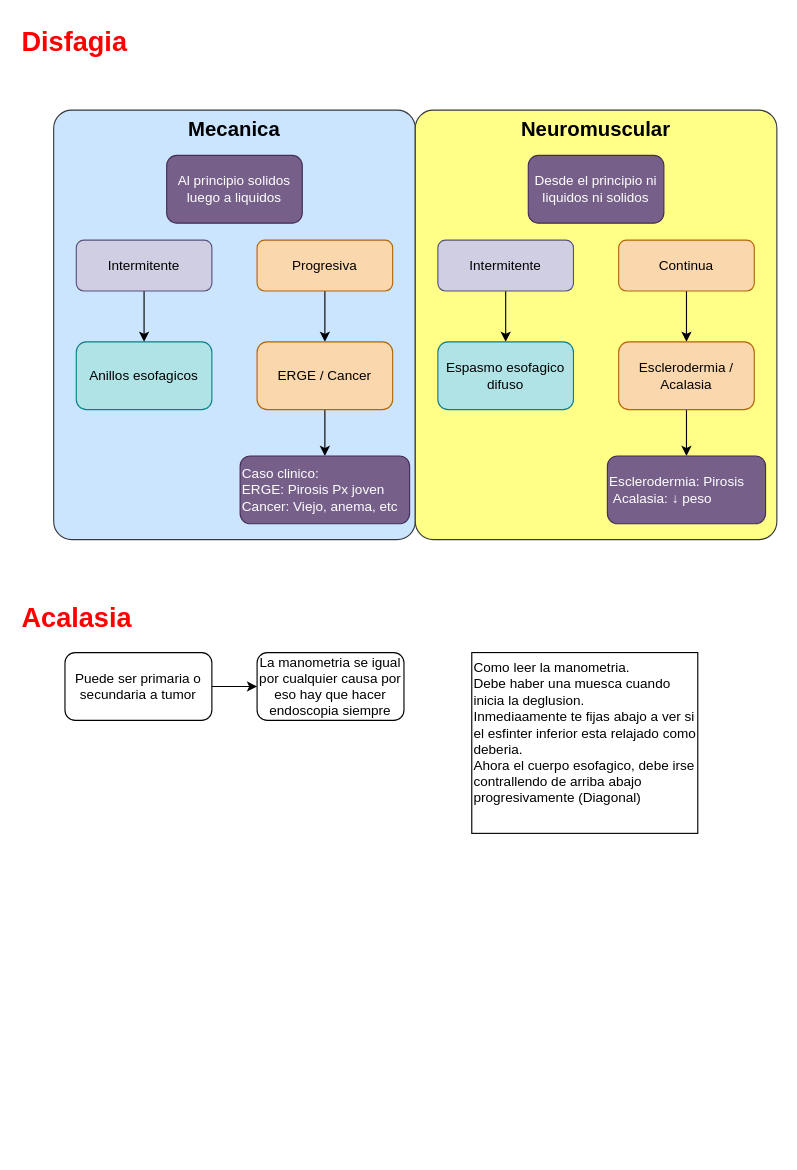
This is Gastro.drawio from Santicabal/Apuntes, a draw.io file, before an edit. Source tidied: cells renumbered, new cells numbered last; positions are measured from the earlier drawing's top-left corner, leaving out a move shared by most shapes. Both pictures are drawn from the tidied source at 113%, with x=0, y=0 at pixel (19, 19).
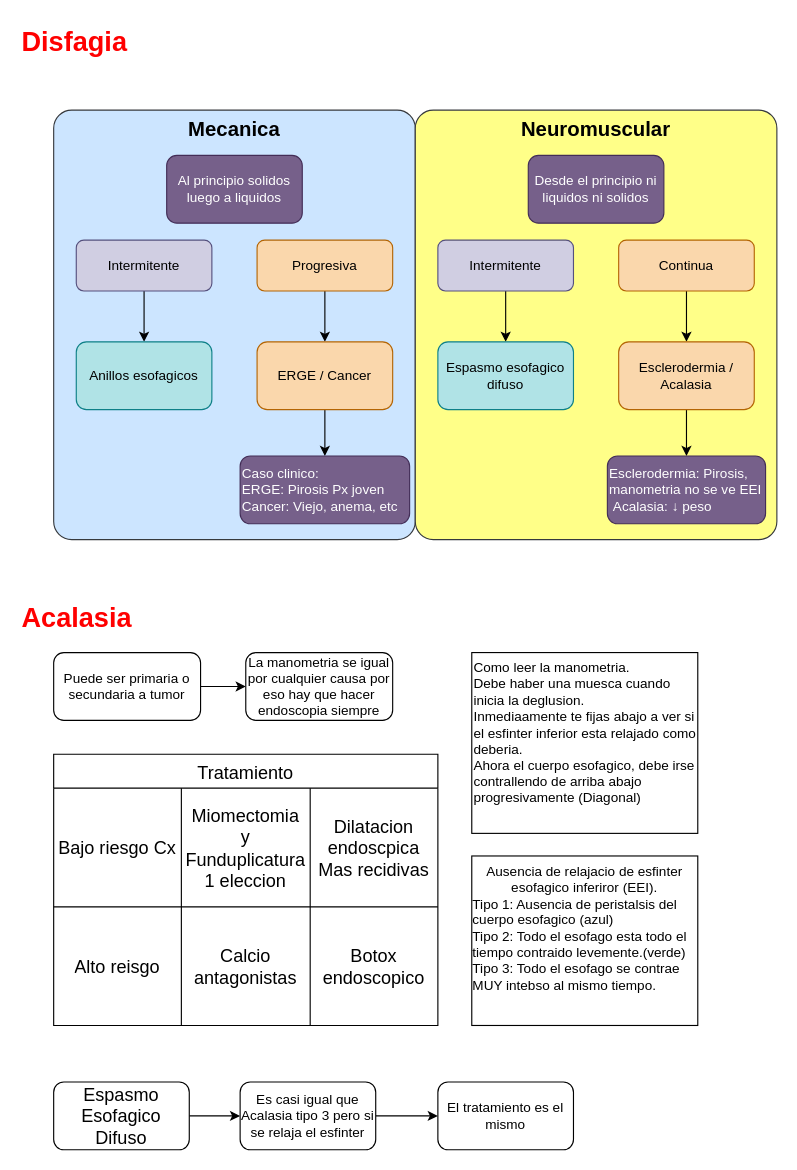
The same page after the edit.

What changed in the source:
```diff
@@
-    <mxCell id="20" value="Esclerodermia: Pirosis&lt;br&gt;&amp;nbsp;Acalasia: ↓ peso" style="rounded=1;whiteSpace=wrap;html=1;align=left;fillColor=#76608a;fontColor=#ffffff;strokeColor=#432D57;" parent="1" vertex="1">
+    <mxCell id="20" value="Esclerodermia: Pirosis, manometria no se ve EEI&lt;br&gt;&amp;nbsp;Acalasia: ↓ peso" style="rounded=1;whiteSpace=wrap;html=1;align=left;fillColor=#76608a;fontColor=#ffffff;strokeColor=#432D57;" parent="1" vertex="1">
       <mxGeometry x="520" y="386" width="140" height="60" as="geometry" />
     </mxCell>
@@
     <mxCell id="25" value="Puede ser primaria o secundaria a tumor" style="rounded=1;whiteSpace=wrap;html=1;" parent="1" vertex="1">
-      <mxGeometry x="40" y="560" width="130" height="60" as="geometry" />
+      <mxGeometry x="30" y="560" width="130" height="60" as="geometry" />
     </mxCell>
     <mxCell id="26" value="La manometria se igual por cualquier causa por eso hay que hacer endoscopia siempre" style="rounded=1;whiteSpace=wrap;html=1;" parent="1" vertex="1">
-      <mxGeometry x="210" y="560" width="130" height="60" as="geometry" />
+      <mxGeometry x="200" y="560" width="130" height="60" as="geometry" />
     </mxCell>
@@
+    <mxCell id="28" value="Ausencia de relajacio de esfinter esofagico inferiror (EEI).&lt;br&gt;&lt;div style=&quot;text-align: left;&quot;&gt;&lt;span style=&quot;background-color: initial;&quot;&gt;Tipo 1: Ausencia de peristalsis del cuerpo esofagico (azul)&lt;/span&gt;&lt;/div&gt;&lt;div style=&quot;text-align: left;&quot;&gt;&lt;span style=&quot;background-color: initial;&quot;&gt;Tipo 2: Todo el esofago esta todo el tiempo contraido levemente.(verde)&lt;/span&gt;&lt;/div&gt;&lt;div style=&quot;text-align: left;&quot;&gt;&lt;span style=&quot;background-color: initial;&quot;&gt;Tipo 3: Todo el esofago se contrae MUY intebso al mismo tiempo.&lt;/span&gt;&lt;/div&gt;" style="rounded=0;whiteSpace=wrap;html=1;verticalAlign=top;" parent="1" vertex="1">
+      <mxGeometry x="400" y="740" width="200" height="150" as="geometry" />
+    </mxCell>
+    <mxCell id="29" value="Tratamiento" style="shape=table;startSize=30;childLayout=tableLayout;strokeColor=default;fontSize=16;" parent="1" vertex="1">
+      <mxGeometry x="30" y="650" width="340" height="240" as="geometry" />
+    </mxCell>
+    <mxCell id="30" style="shape=tableRow;horizontal=0;startSize=0;swimlaneHead=0;swimlaneBody=0;strokeColor=inherit;top=0;left=0;bottom=0;right=0;fillColor=none;fontSize=16;" parent="29" vertex="1">
+      <mxGeometry y="30" width="340" height="105" as="geometry" />
+    </mxCell>
+    <mxCell id="31" value="Bajo riesgo Cx" style="shape=partialRectangle;html=1;whiteSpace=wrap;strokeColor=inherit;overflow=hidden;fillColor=none;top=0;left=0;bottom=0;right=0;fontSize=16;" parent="30" vertex="1">
+      <mxGeometry width="113" height="105" as="geometry" />
+    </mxCell>
+    <mxCell id="32" value="Miomectomia&lt;br&gt;y Funduplicatura&lt;br&gt;1 eleccion" style="shape=partialRectangle;html=1;whiteSpace=wrap;strokeColor=inherit;overflow=hidden;fillColor=none;top=0;left=0;bottom=0;right=0;fontSize=16;" parent="30" vertex="1">
+      <mxGeometry x="113" width="114" height="105" as="geometry" />
+    </mxCell>
+    <mxCell id="33" value="Dilatacion endoscpica&lt;br&gt;Mas recidivas" style="shape=partialRectangle;html=1;whiteSpace=wrap;strokeColor=inherit;overflow=hidden;fillColor=none;top=0;left=0;bottom=0;right=0;fontSize=16;" parent="30" vertex="1">
+      <mxGeometry x="227" width="113" height="105" as="geometry" />
+    </mxCell>
+    <mxCell id="34" style="shape=tableRow;horizontal=0;startSize=0;swimlaneHead=0;swimlaneBody=0;strokeColor=inherit;top=0;left=0;bottom=0;right=0;fillColor=none;fontSize=16;" parent="29" vertex="1">
+      <mxGeometry y="135" width="340" height="105" as="geometry" />
+    </mxCell>
+    <mxCell id="35" value="Alto reisgo" style="shape=partialRectangle;html=1;whiteSpace=wrap;strokeColor=inherit;overflow=hidden;fillColor=none;top=0;left=0;bottom=0;right=0;fontSize=16;" parent="34" vertex="1">
+      <mxGeometry width="113" height="105" as="geometry" />
+    </mxCell>
+    <mxCell id="36" value="Calcio antagonistas" style="shape=partialRectangle;html=1;whiteSpace=wrap;strokeColor=inherit;overflow=hidden;fillColor=none;top=0;left=0;bottom=0;right=0;fontSize=16;" parent="34" vertex="1">
+      <mxGeometry x="113" width="114" height="105" as="geometry" />
+    </mxCell>
+    <mxCell id="37" value="Botox endoscopico" style="shape=partialRectangle;html=1;whiteSpace=wrap;strokeColor=inherit;overflow=hidden;fillColor=none;top=0;left=0;bottom=0;right=0;fontSize=16;" parent="34" vertex="1">
+      <mxGeometry x="227" width="113" height="105" as="geometry" />
+    </mxCell>
+    <mxCell id="38" style="edgeStyle=orthogonalEdgeStyle;rounded=0;jettySize=auto;html=1;" parent="1" edge="1" source="39" target="41">
+      <mxGeometry relative="1" as="geometry" />
+    </mxCell>
+    <mxCell id="39" value="Espasmo Esofagico Difuso" style="rounded=1;whiteSpace=wrap;html=1;fontSize=16;" parent="1" vertex="1">
+      <mxGeometry x="30" y="940" width="120" height="60" as="geometry" />
+    </mxCell>
+    <mxCell id="40" style="edgeStyle=orthogonalEdgeStyle;rounded=0;jettySize=auto;html=1;" parent="1" edge="1" source="41" target="42">
+      <mxGeometry relative="1" as="geometry" />
+    </mxCell>
+    <mxCell id="41" value="Es casi igual que Acalasia tipo 3 pero si se relaja el esfinter" style="rounded=1;whiteSpace=wrap;html=1;" parent="1" vertex="1">
+      <mxGeometry x="195" y="940" width="120" height="60" as="geometry" />
+    </mxCell>
+    <mxCell id="42" value="El tratamiento es el mismo" style="rounded=1;whiteSpace=wrap;html=1;" parent="1" vertex="1">
+      <mxGeometry x="370" y="940" width="120" height="60" as="geometry" />
+    </mxCell>
```
